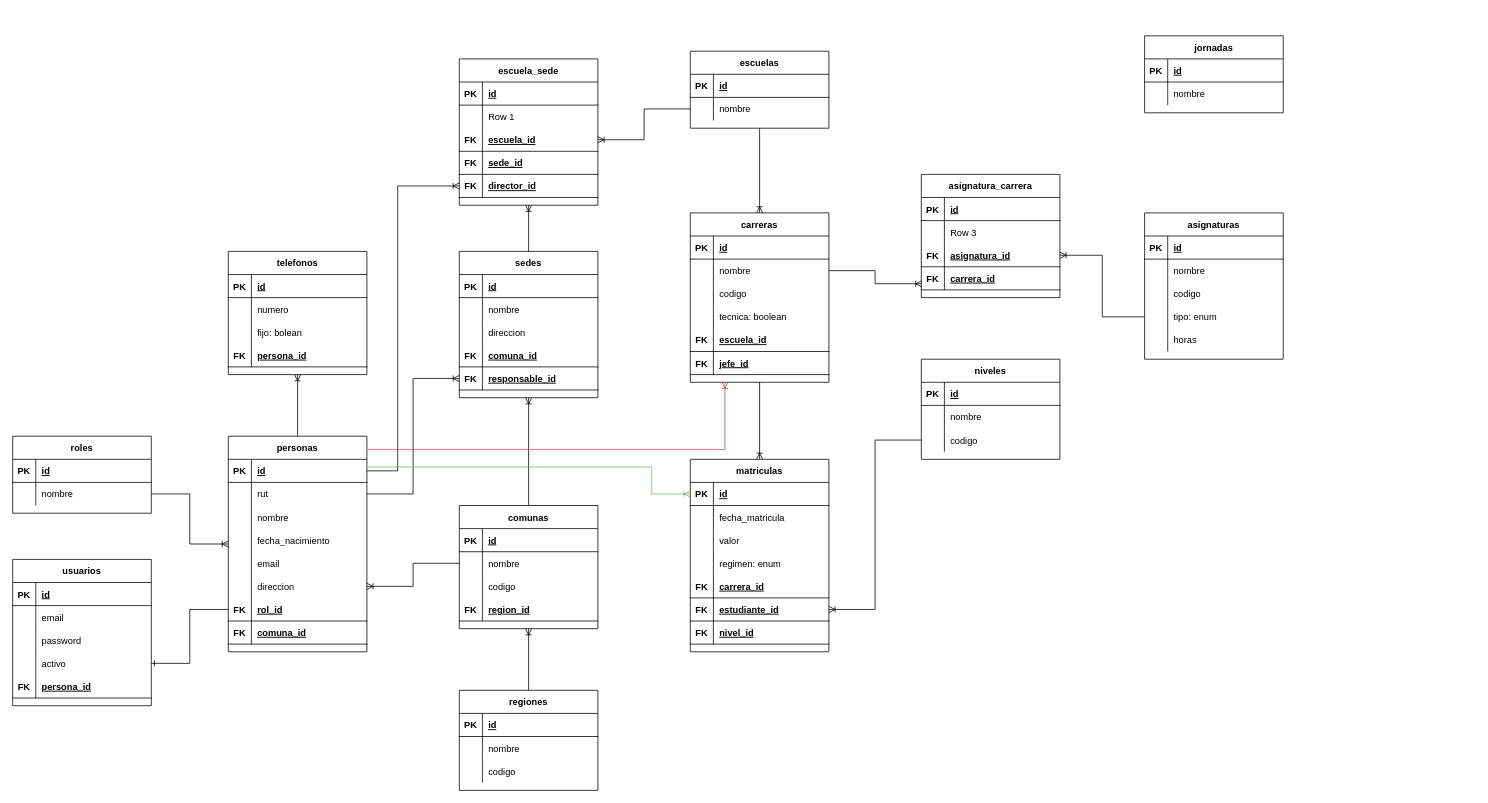
This is Modelo Fisico pro202-3604.drawio from segundogaldames/pro202-3604, a draw.io file, before an edit. Source tidied: cells renumbered, new cells numbered last; positions are measured from the earlier drawing's top-left corner, leaving out a move shared by most shapes. Both pictures are drawn from the tidied source at 77%, with x=0, y=0 at pixel (12, 35).
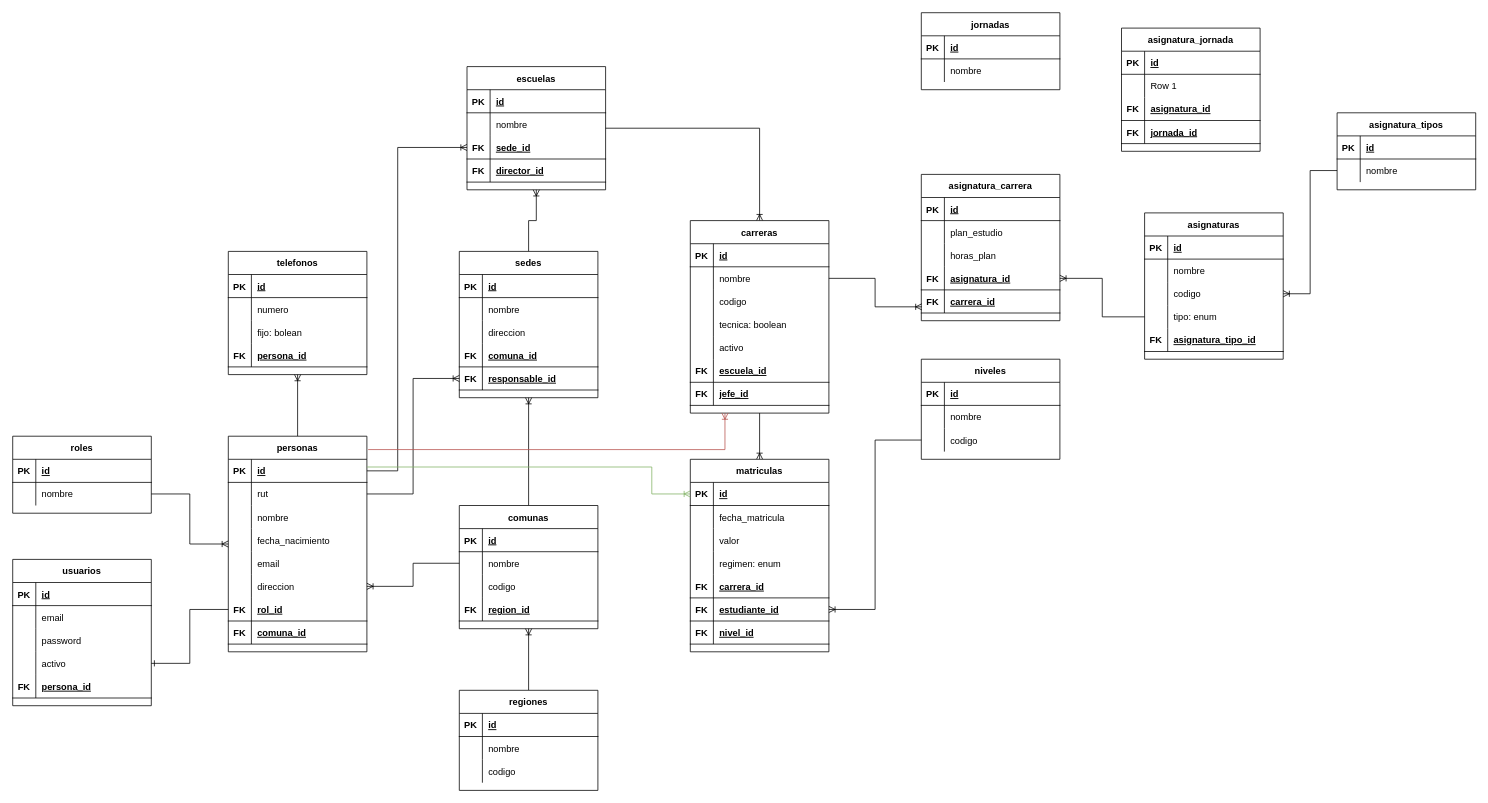
After the change.

Unchanged cells that the change refers to:
```xml
<mxCell id="27" style="shape=partialRectangle;fillColor=none;top=0;left=0;bottom=1;right=0;points=[[0,0.5],[1,0.5]];portConstraint=eastwest;" parent="26" vertex="1">
  <mxGeometry y="30" width="180" height="30" as="geometry" />
</mxCell>
<mxCell id="97" style="shape=partialRectangle;fillColor=none;top=0;left=0;bottom=0;right=0;points=[[0,0.5],[1,0.5]];portConstraint=eastwest;" parent="93" vertex="1">
  <mxGeometry y="60" width="180" height="30" as="geometry" />
</mxCell>
<mxCell id="101" value="sedes" style="shape=table;startSize=30;childLayout=tableLayout;rowLines=0;fontStyle=1;align=center;" parent="1" vertex="1">
  <mxGeometry x="580" y="280" width="180" height="190" as="geometry" />
</mxCell>
<mxCell id="191" value="asignaturas" style="shape=table;startSize=30;childLayout=tableLayout;rowLines=0;fontStyle=1;align=center;" parent="1" vertex="1">
  <mxGeometry x="1470" y="230" width="180" height="190" as="geometry" />
</mxCell>
<mxCell id="198" style="shape=partialRectangle;fillColor=none;top=0;left=0;bottom=0;right=0;points=[[0,0.5],[1,0.5]];portConstraint=eastwest;" parent="191" vertex="1">
  <mxGeometry y="90" width="180" height="30" as="geometry" />
</mxCell>
<mxCell id="218" style="shape=partialRectangle;fillColor=none;top=0;left=0;bottom=0;right=0;" parent="214" vertex="1">
  <mxGeometry y="60" width="180" height="30" as="geometry" />
</mxCell>
```

The edit, as a diff of the source:
```diff
@@
     <mxCell id="93" value="escuelas" style="shape=table;startSize=30;childLayout=tableLayout;rowLines=0;fontStyle=1;align=center;" parent="1" vertex="1">
-      <mxGeometry x="880" y="20" width="180" height="100" as="geometry" />
+      <mxGeometry x="590" y="40" width="180" height="160" as="geometry" />
     </mxCell>
@@
+    <mxCell id="229" style="shape=partialRectangle;fillColor=none;top=0;left=0;bottom=1;right=0;points=[[0,0.5],[1,0.5]];portConstraint=eastwest;" parent="93" vertex="1">
+      <mxGeometry y="90" width="180" height="30" as="geometry" />
+    </mxCell>
+    <mxCell id="230" value="FK" style="shape=partialRectangle;fillColor=none;top=0;left=0;bottom=0;right=0;fontStyle=1;overflow=hidden;" parent="229" vertex="1">
+      <mxGeometry width="30" height="30" as="geometry" />
+    </mxCell>
+    <mxCell id="130" value="sede_id" style="shape=partialRectangle;fillColor=none;top=0;left=0;bottom=0;right=0;align=left;spacingLeft=6;fontStyle=5;overflow=hidden;" parent="229" vertex="1">
+      <mxGeometry x="30" width="150" height="30" as="geometry" />
+    </mxCell>
+    <mxCell id="231" style="shape=partialRectangle;fillColor=none;top=0;left=0;bottom=1;right=0;" parent="93" vertex="1">
+      <mxGeometry y="120" width="180" height="30" as="geometry" />
+    </mxCell>
+    <mxCell id="232" value="FK" style="shape=partialRectangle;fillColor=none;top=0;left=0;bottom=0;right=0;fontStyle=1;overflow=hidden;" parent="231" vertex="1">
+      <mxGeometry width="30" height="30" as="geometry" />
+    </mxCell>
+    <mxCell id="133" value="director_id" style="shape=partialRectangle;fillColor=none;top=0;left=0;bottom=0;right=0;align=left;spacingLeft=6;fontStyle=5;overflow=hidden;" parent="231" vertex="1">
+      <mxGeometry x="30" width="150" height="30" as="geometry" />
+    </mxCell>
-    <mxCell id="100" style="edgeStyle=orthogonalEdgeStyle;rounded=0;jettySize=auto;html=1;entryX=0.5;entryY=1;entryDx=0;entryDy=0;endArrow=ERoneToMany;endFill=0;" parent="1" edge="1" source="101" target="118">
+    <mxCell id="100" style="edgeStyle=orthogonalEdgeStyle;rounded=0;jettySize=auto;html=1;entryX=0.5;entryY=1;entryDx=0;entryDy=0;endArrow=ERoneToMany;endFill=0;" parent="1" edge="1" source="101" target="93">
       <mxGeometry relative="1" as="geometry" />
     </mxCell>
@@
-    <mxCell id="118" value="escuela_sede" style="shape=table;startSize=30;childLayout=tableLayout;rowLines=0;fontStyle=1;align=center;" parent="1" vertex="1">
-      <mxGeometry x="580" y="30" width="180" height="190" as="geometry" />
-    </mxCell>
-    <mxCell id="119" style="shape=partialRectangle;fillColor=none;top=0;left=0;bottom=1;right=0;" parent="118" vertex="1">
-      <mxGeometry y="30" width="180" height="30" as="geometry" />
-    </mxCell>
-    <mxCell id="120" value="PK" style="shape=partialRectangle;fillColor=none;top=0;left=0;bottom=0;right=0;fontStyle=1;overflow=hidden;" parent="119" vertex="1">
-      <mxGeometry width="30" height="30" as="geometry" />
-    </mxCell>
-    <mxCell id="121" value="id" style="shape=partialRectangle;fillColor=none;top=0;left=0;bottom=0;right=0;align=left;spacingLeft=6;fontStyle=5;overflow=hidden;" parent="119" vertex="1">
-      <mxGeometry x="30" width="150" height="30" as="geometry" />
-    </mxCell>
-    <mxCell id="122" style="shape=partialRectangle;fillColor=none;top=0;left=0;bottom=0;right=0;" parent="118" vertex="1">
-      <mxGeometry y="60" width="180" height="30" as="geometry" />
-    </mxCell>
-    <mxCell id="123" style="shape=partialRectangle;fillColor=none;top=0;left=0;bottom=0;right=0;overflow=hidden;" parent="122" vertex="1">
-      <mxGeometry width="30" height="30" as="geometry" />
-    </mxCell>
-    <mxCell id="124" value="Row 1" style="shape=partialRectangle;fillColor=none;top=0;left=0;bottom=0;right=0;align=left;spacingLeft=6;overflow=hidden;" parent="122" vertex="1">
-      <mxGeometry x="30" width="150" height="30" as="geometry" />
-    </mxCell>
-    <mxCell id="125" style="shape=partialRectangle;fillColor=none;top=0;left=0;bottom=1;right=0;points=[[0,0.5],[1,0.5]];portConstraint=eastwest;" parent="118" vertex="1">
-      <mxGeometry y="90" width="180" height="30" as="geometry" />
-    </mxCell>
-    <mxCell id="126" value="FK" style="shape=partialRectangle;fillColor=none;top=0;left=0;bottom=0;right=0;fontStyle=1;overflow=hidden;" parent="125" vertex="1">
-      <mxGeometry width="30" height="30" as="geometry" />
-    </mxCell>
-    <mxCell id="127" value="escuela_id" style="shape=partialRectangle;fillColor=none;top=0;left=0;bottom=0;right=0;align=left;spacingLeft=6;fontStyle=5;overflow=hidden;" parent="125" vertex="1">
-      <mxGeometry x="30" width="150" height="30" as="geometry" />
-    </mxCell>
-    <mxCell id="128" style="shape=partialRectangle;fillColor=none;top=0;left=0;bottom=1;right=0;" parent="118" vertex="1">
-      <mxGeometry y="120" width="180" height="30" as="geometry" />
-    </mxCell>
-    <mxCell id="129" value="FK" style="shape=partialRectangle;fillColor=none;top=0;left=0;bottom=0;right=0;fontStyle=1;overflow=hidden;" parent="128" vertex="1">
-      <mxGeometry width="30" height="30" as="geometry" />
-    </mxCell>
-    <mxCell id="130" value="sede_id" style="shape=partialRectangle;fillColor=none;top=0;left=0;bottom=0;right=0;align=left;spacingLeft=6;fontStyle=5;overflow=hidden;" parent="128" vertex="1">
-      <mxGeometry x="30" width="150" height="30" as="geometry" />
-    </mxCell>
-    <mxCell id="131" style="shape=partialRectangle;fillColor=none;top=0;left=0;bottom=1;right=0;points=[[0,0.5],[1,0.5]];portConstraint=eastwest;" parent="118" vertex="1">
-      <mxGeometry y="150" width="180" height="30" as="geometry" />
-    </mxCell>
-    <mxCell id="132" value="FK" style="shape=partialRectangle;fillColor=none;top=0;left=0;bottom=0;right=0;fontStyle=1;overflow=hidden;" parent="131" vertex="1">
-      <mxGeometry width="30" height="30" as="geometry" />
-    </mxCell>
-    <mxCell id="133" value="director_id" style="shape=partialRectangle;fillColor=none;top=0;left=0;bottom=0;right=0;align=left;spacingLeft=6;fontStyle=5;overflow=hidden;" parent="131" vertex="1">
-      <mxGeometry x="30" width="150" height="30" as="geometry" />
-    </mxCell>
-    <mxCell id="134" style="edgeStyle=orthogonalEdgeStyle;rounded=0;jettySize=auto;html=1;entryX=1;entryY=0.5;entryDx=0;entryDy=0;endArrow=ERoneToMany;endFill=0;exitX=0;exitY=0.5;exitDx=0;exitDy=0;" parent="1" edge="1" source="97" target="125">
-      <mxGeometry relative="1" as="geometry" />
-    </mxCell>
-    <mxCell id="135" style="edgeStyle=orthogonalEdgeStyle;rounded=0;jettySize=auto;html=1;entryX=0;entryY=0.5;entryDx=0;entryDy=0;endArrow=ERoneToMany;endFill=0;" parent="1" edge="1" source="27" target="131">
+    <mxCell id="135" style="edgeStyle=orthogonalEdgeStyle;rounded=0;jettySize=auto;html=1;entryX=0;entryY=0.5;entryDx=0;entryDy=0;endArrow=ERoneToMany;endFill=0;" parent="1" edge="1" source="27" target="229">
       <mxGeometry relative="1" as="geometry">
         <Array as="points">
           <mxPoint x="500" y="565" />
-          <mxPoint x="500" y="195" />
+          <mxPoint x="500" y="145" />
         </Array>
       </mxGeometry>
     </mxCell>
@@
     <mxCell id="137" value="carreras" style="shape=table;startSize=30;childLayout=tableLayout;rowLines=0;fontStyle=1;align=center;" parent="1" vertex="1">
-      <mxGeometry x="880" y="230" width="180" height="220" as="geometry" />
+      <mxGeometry x="880" y="240" width="180" height="250" as="geometry" />
     </mxCell>
@@
+    <mxCell id="204" style="shape=partialRectangle;fillColor=none;top=0;left=0;bottom=0;right=0;" parent="137" vertex="1">
+      <mxGeometry y="150" width="180" height="30" as="geometry" />
+    </mxCell>
+    <mxCell id="233" style="shape=partialRectangle;fillColor=none;top=0;left=0;bottom=0;right=0;overflow=hidden;" parent="204" vertex="1">
+      <mxGeometry width="30" height="30" as="geometry" />
+    </mxCell>
+    <mxCell id="234" value="activo" style="shape=partialRectangle;fillColor=none;top=0;left=0;bottom=0;right=0;align=left;spacingLeft=6;overflow=hidden;" parent="204" vertex="1">
+      <mxGeometry x="30" width="150" height="30" as="geometry" />
+    </mxCell>
     <mxCell id="150" style="shape=partialRectangle;fillColor=none;top=0;left=0;bottom=1;right=0;" parent="137" vertex="1">
-      <mxGeometry y="150" width="180" height="30" as="geometry" />
+      <mxGeometry y="180" width="180" height="30" as="geometry" />
     </mxCell>
@@
     <mxCell id="153" style="shape=partialRectangle;fillColor=none;top=0;left=0;bottom=1;right=0;" parent="137" vertex="1">
-      <mxGeometry y="180" width="180" height="30" as="geometry" />
+      <mxGeometry y="210" width="180" height="30" as="geometry" />
     </mxCell>
@@
-    <mxCell id="204" style="shape=partialRectangle;fillColor=none;top=0;left=0;bottom=0;right=0;" parent="191" vertex="1">
-      <mxGeometry y="150" width="180" height="30" as="geometry" />
-    </mxCell>
-    <mxCell id="205" style="shape=partialRectangle;fillColor=none;top=0;left=0;bottom=0;right=0;overflow=hidden;" parent="204" vertex="1">
-      <mxGeometry width="30" height="30" as="geometry" />
-    </mxCell>
-    <mxCell id="206" value="horas" style="shape=partialRectangle;fillColor=none;top=0;left=0;bottom=0;right=0;align=left;spacingLeft=6;overflow=hidden;" parent="204" vertex="1">
-      <mxGeometry x="30" width="150" height="30" as="geometry" />
-    </mxCell>
+    <mxCell id="131" style="shape=partialRectangle;fillColor=none;top=0;left=0;bottom=1;right=0;points=[[0,0.5],[1,0.5]];portConstraint=eastwest;" parent="191" vertex="1">
+      <mxGeometry y="150" width="180" height="30" as="geometry" />
+    </mxCell>
+    <mxCell id="235" value="FK" style="shape=partialRectangle;fillColor=none;top=0;left=0;bottom=0;right=0;fontStyle=1;overflow=hidden;" parent="131" vertex="1">
+      <mxGeometry width="30" height="30" as="geometry" />
+    </mxCell>
+    <mxCell id="236" value="asignatura_tipo_id" style="shape=partialRectangle;fillColor=none;top=0;left=0;bottom=0;right=0;align=left;spacingLeft=6;fontStyle=5;overflow=hidden;" parent="131" vertex="1">
+      <mxGeometry x="30" width="150" height="30" as="geometry" />
+    </mxCell>
     <mxCell id="207" value="jornadas" style="shape=table;startSize=30;childLayout=tableLayout;rowLines=0;fontStyle=1;align=center;" parent="1" vertex="1">
-      <mxGeometry x="1470" width="180" height="100" as="geometry" />
+      <mxGeometry x="1180" y="-30" width="180" height="100" as="geometry" />
     </mxCell>
@@
     <mxCell id="214" value="asignatura_carrera" style="shape=table;startSize=30;childLayout=tableLayout;rowLines=0;fontStyle=1;align=center;" parent="1" vertex="1">
-      <mxGeometry x="1180" y="180" width="180" height="160" as="geometry" />
+      <mxGeometry x="1180" y="180" width="180" height="190" as="geometry" />
     </mxCell>
@@
-    <mxCell id="220" value="Row 3" style="shape=partialRectangle;fillColor=none;top=0;left=0;bottom=0;right=0;align=left;spacingLeft=6;overflow=hidden;" parent="218" vertex="1">
+    <mxCell id="220" value="plan_estudio" style="shape=partialRectangle;fillColor=none;top=0;left=0;bottom=0;right=0;align=left;spacingLeft=6;overflow=hidden;" parent="218" vertex="1">
       <mxGeometry x="30" width="150" height="30" as="geometry" />
     </mxCell>
+    <mxCell id="237" style="shape=partialRectangle;fillColor=none;top=0;left=0;bottom=0;right=0;" parent="214" vertex="1">
+      <mxGeometry y="90" width="180" height="30" as="geometry" />
+    </mxCell>
+    <mxCell id="238" style="shape=partialRectangle;fillColor=none;top=0;left=0;bottom=0;right=0;overflow=hidden;" parent="237" vertex="1">
+      <mxGeometry width="30" height="30" as="geometry" />
+    </mxCell>
+    <mxCell id="239" value="horas_plan" style="shape=partialRectangle;fillColor=none;top=0;left=0;bottom=0;right=0;align=left;spacingLeft=6;overflow=hidden;" parent="237" vertex="1">
+      <mxGeometry x="30" width="150" height="30" as="geometry" />
+    </mxCell>
     <mxCell id="221" style="shape=partialRectangle;fillColor=none;top=0;left=0;bottom=1;right=0;points=[[0,0.5],[1,0.5]];portConstraint=eastwest;" parent="214" vertex="1">
-      <mxGeometry y="90" width="180" height="30" as="geometry" />
+      <mxGeometry y="120" width="180" height="30" as="geometry" />
     </mxCell>
@@
     <mxCell id="224" style="shape=partialRectangle;fillColor=none;top=0;left=0;bottom=1;right=0;points=[[0,0.5],[1,0.5]];portConstraint=eastwest;" parent="214" vertex="1">
-      <mxGeometry y="120" width="180" height="30" as="geometry" />
+      <mxGeometry y="150" width="180" height="30" as="geometry" />
     </mxCell>
@@
+    <mxCell id="240" value="asignatura_tipos" style="shape=table;startSize=30;childLayout=tableLayout;rowLines=0;fontStyle=1;align=center;" parent="1" vertex="1">
+      <mxGeometry x="1720" y="100" width="180" height="100" as="geometry" />
+    </mxCell>
+    <mxCell id="241" style="shape=partialRectangle;fillColor=none;top=0;left=0;bottom=1;right=0;" parent="240" vertex="1">
+      <mxGeometry y="30" width="180" height="30" as="geometry" />
+    </mxCell>
+    <mxCell id="242" value="PK" style="shape=partialRectangle;fillColor=none;top=0;left=0;bottom=0;right=0;fontStyle=1;overflow=hidden;" parent="241" vertex="1">
+      <mxGeometry width="30" height="30" as="geometry" />
+    </mxCell>
+    <mxCell id="243" value="id" style="shape=partialRectangle;fillColor=none;top=0;left=0;bottom=0;right=0;align=left;spacingLeft=6;fontStyle=5;overflow=hidden;" parent="241" vertex="1">
+      <mxGeometry x="30" width="150" height="30" as="geometry" />
+    </mxCell>
+    <mxCell id="244" style="shape=partialRectangle;fillColor=none;top=0;left=0;bottom=0;right=0;points=[[0,0.5],[1,0.5]];portConstraint=eastwest;" parent="240" vertex="1">
+      <mxGeometry y="60" width="180" height="30" as="geometry" />
+    </mxCell>
+    <mxCell id="245" style="shape=partialRectangle;fillColor=none;top=0;left=0;bottom=0;right=0;overflow=hidden;" parent="244" vertex="1">
+      <mxGeometry width="30" height="30" as="geometry" />
+    </mxCell>
+    <mxCell id="246" value="nombre" style="shape=partialRectangle;fillColor=none;top=0;left=0;bottom=0;right=0;align=left;spacingLeft=6;overflow=hidden;" parent="244" vertex="1">
+      <mxGeometry x="30" width="150" height="30" as="geometry" />
+    </mxCell>
+    <mxCell id="247" style="edgeStyle=orthogonalEdgeStyle;rounded=0;jettySize=auto;html=1;entryX=1;entryY=0.5;entryDx=0;entryDy=0;endArrow=ERoneToMany;endFill=0;" parent="1" edge="1" source="244" target="198">
+      <mxGeometry relative="1" as="geometry" />
+    </mxCell>
+    <mxCell id="248" value="asignatura_jornada" style="shape=table;startSize=30;childLayout=tableLayout;rowLines=0;fontStyle=1;align=center;" parent="1" vertex="1">
+      <mxGeometry x="1440" y="-10" width="180" height="160" as="geometry" />
+    </mxCell>
+    <mxCell id="249" style="shape=partialRectangle;fillColor=none;top=0;left=0;bottom=1;right=0;" parent="248" vertex="1">
+      <mxGeometry y="30" width="180" height="30" as="geometry" />
+    </mxCell>
+    <mxCell id="250" value="PK" style="shape=partialRectangle;fillColor=none;top=0;left=0;bottom=0;right=0;fontStyle=1;overflow=hidden;" parent="249" vertex="1">
+      <mxGeometry width="30" height="30" as="geometry" />
+    </mxCell>
+    <mxCell id="251" value="id" style="shape=partialRectangle;fillColor=none;top=0;left=0;bottom=0;right=0;align=left;spacingLeft=6;fontStyle=5;overflow=hidden;" parent="249" vertex="1">
+      <mxGeometry x="30" width="150" height="30" as="geometry" />
+    </mxCell>
+    <mxCell id="252" style="shape=partialRectangle;fillColor=none;top=0;left=0;bottom=0;right=0;" parent="248" vertex="1">
+      <mxGeometry y="60" width="180" height="30" as="geometry" />
+    </mxCell>
+    <mxCell id="253" style="shape=partialRectangle;fillColor=none;top=0;left=0;bottom=0;right=0;overflow=hidden;" parent="252" vertex="1">
+      <mxGeometry width="30" height="30" as="geometry" />
+    </mxCell>
+    <mxCell id="124" value="Row 1" style="shape=partialRectangle;fillColor=none;top=0;left=0;bottom=0;right=0;align=left;spacingLeft=6;overflow=hidden;" parent="252" vertex="1">
+      <mxGeometry x="30" width="150" height="30" as="geometry" />
+    </mxCell>
+    <mxCell id="254" style="shape=partialRectangle;fillColor=none;top=0;left=0;bottom=1;right=0;" parent="248" vertex="1">
+      <mxGeometry y="90" width="180" height="30" as="geometry" />
+    </mxCell>
+    <mxCell id="255" value="FK" style="shape=partialRectangle;fillColor=none;top=0;left=0;bottom=0;right=0;fontStyle=1;overflow=hidden;" parent="254" vertex="1">
+      <mxGeometry width="30" height="30" as="geometry" />
+    </mxCell>
+    <mxCell id="256" value="asignatura_id" style="shape=partialRectangle;fillColor=none;top=0;left=0;bottom=0;right=0;align=left;spacingLeft=6;fontStyle=5;overflow=hidden;" parent="254" vertex="1">
+      <mxGeometry x="30" width="150" height="30" as="geometry" />
+    </mxCell>
+    <mxCell id="257" style="shape=partialRectangle;fillColor=none;top=0;left=0;bottom=1;right=0;" parent="248" vertex="1">
+      <mxGeometry y="120" width="180" height="30" as="geometry" />
+    </mxCell>
+    <mxCell id="258" value="FK" style="shape=partialRectangle;fillColor=none;top=0;left=0;bottom=0;right=0;fontStyle=1;overflow=hidden;" parent="257" vertex="1">
+      <mxGeometry width="30" height="30" as="geometry" />
+    </mxCell>
+    <mxCell id="259" value="jornada_id" style="shape=partialRectangle;fillColor=none;top=0;left=0;bottom=0;right=0;align=left;spacingLeft=6;fontStyle=5;overflow=hidden;" parent="257" vertex="1">
+      <mxGeometry x="30" width="150" height="30" as="geometry" />
+    </mxCell>
```
